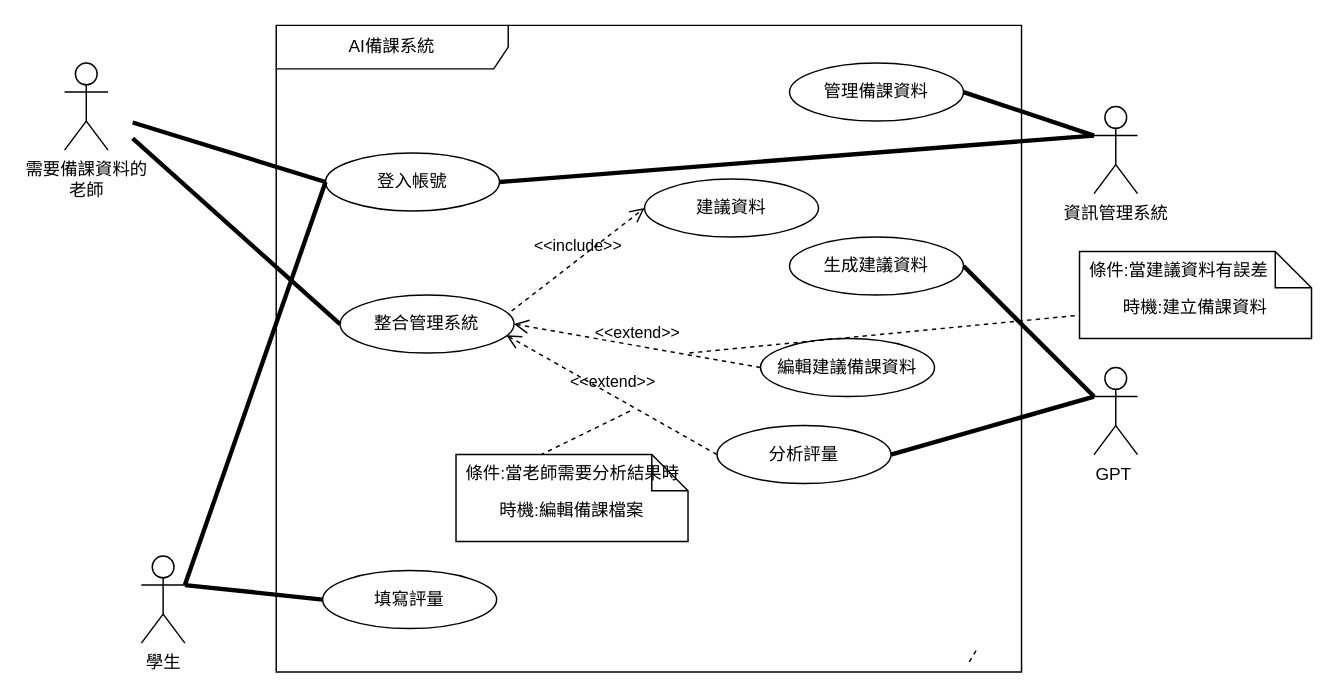
Kevincheng0804/System-analysis keeps this draw.io diagram as 使用個案圖-簡.drawio. Above is the earlier version. Source tidied: cells renumbered, new cells numbered last; positions are measured from the earlier drawing's top-left corner, leaving out a move shared by most shapes. Both pictures are drawn from the tidied source at 145%, with x=0, y=0 at pixel (64, 25).
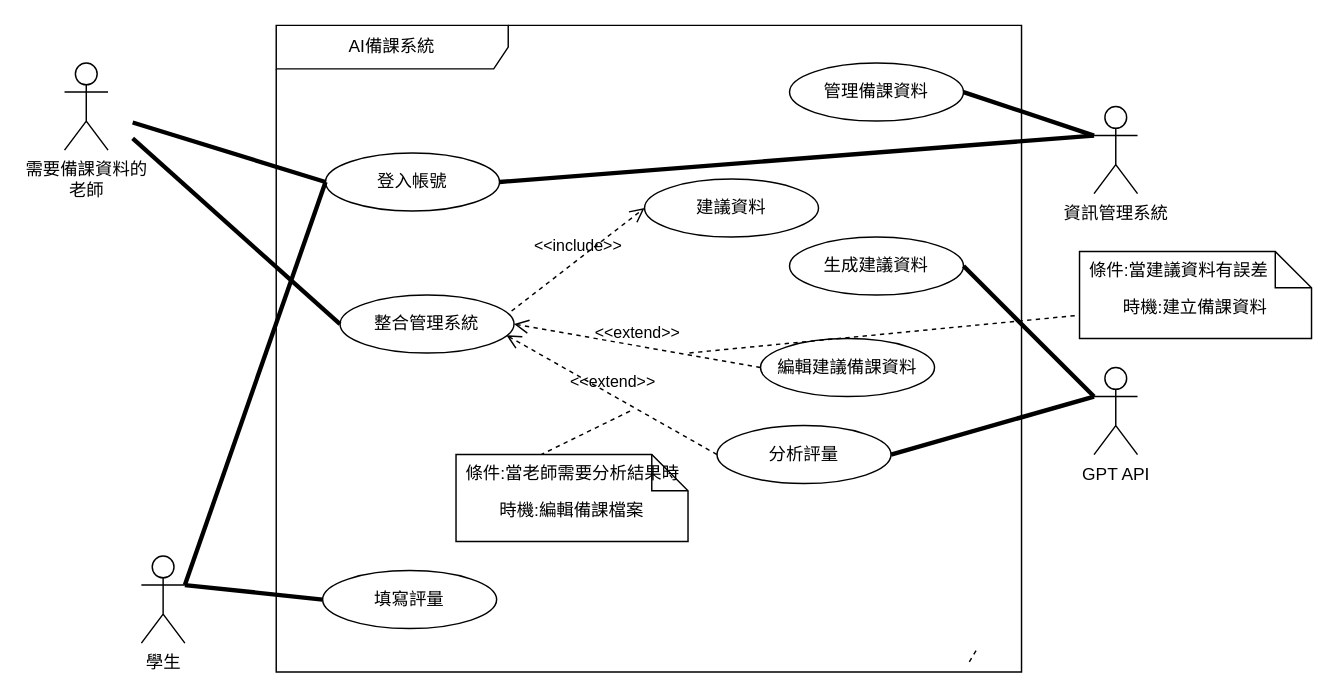
The same diagram, later.

Commit message:
更新使用個案圖-簡.drawio

Diff of the diagram source:
```diff
@@
-    <mxCell id="23" value="GPT&amp;nbsp;" style="shape=umlActor;verticalLabelPosition=bottom;verticalAlign=top;html=1;" parent="1" vertex="1">
+    <mxCell id="23" value="GPT API" style="shape=umlActor;verticalLabelPosition=bottom;verticalAlign=top;html=1;" parent="1" vertex="1">
       <mxGeometry x="710" y="236" width="30" height="60" as="geometry" />
     </mxCell>
```
